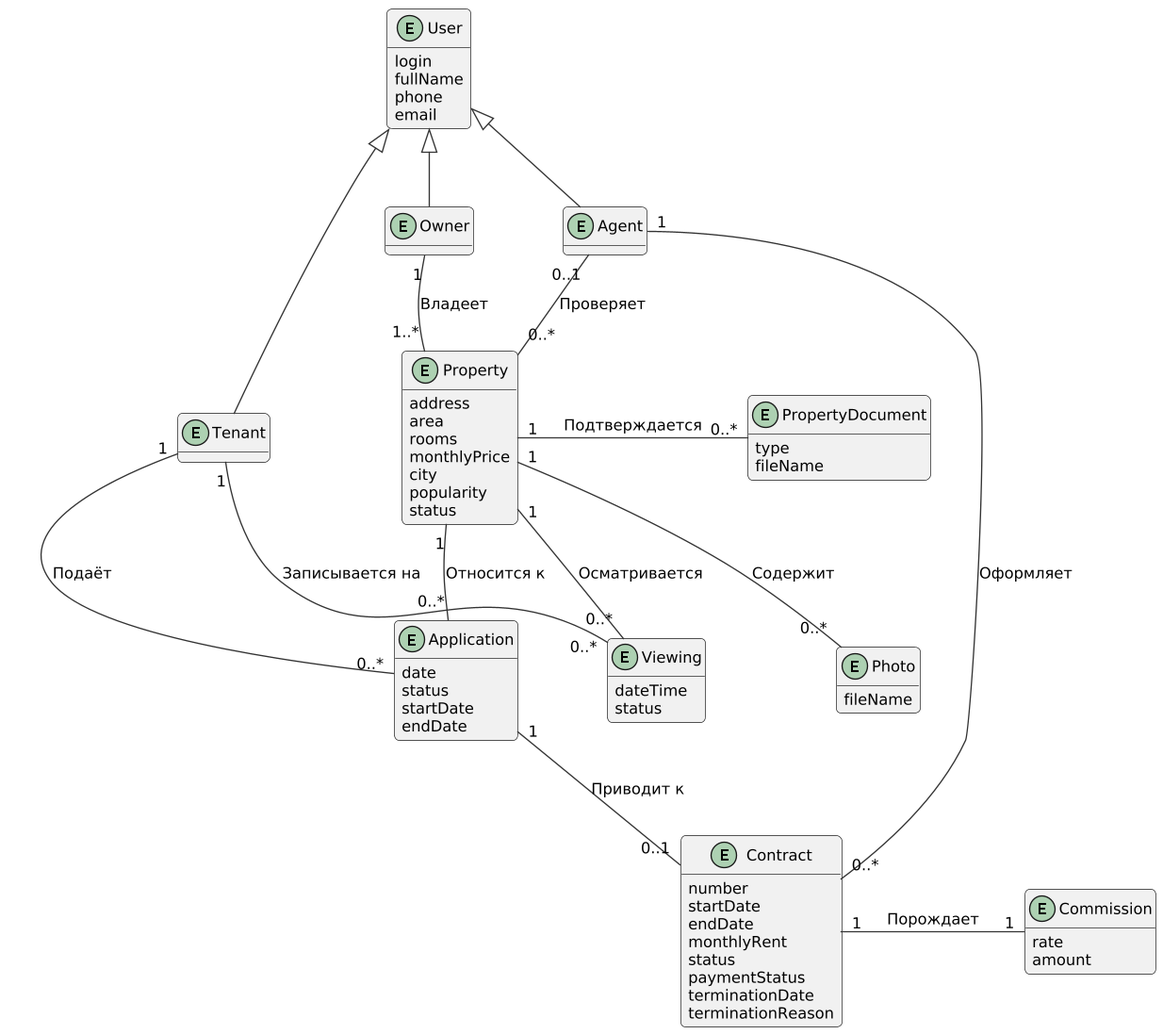
Above: image/МодельПредметОбласть.png in penamarth/bsbo-11-24_team2_var8_rentagency (PlantUML), before the change.
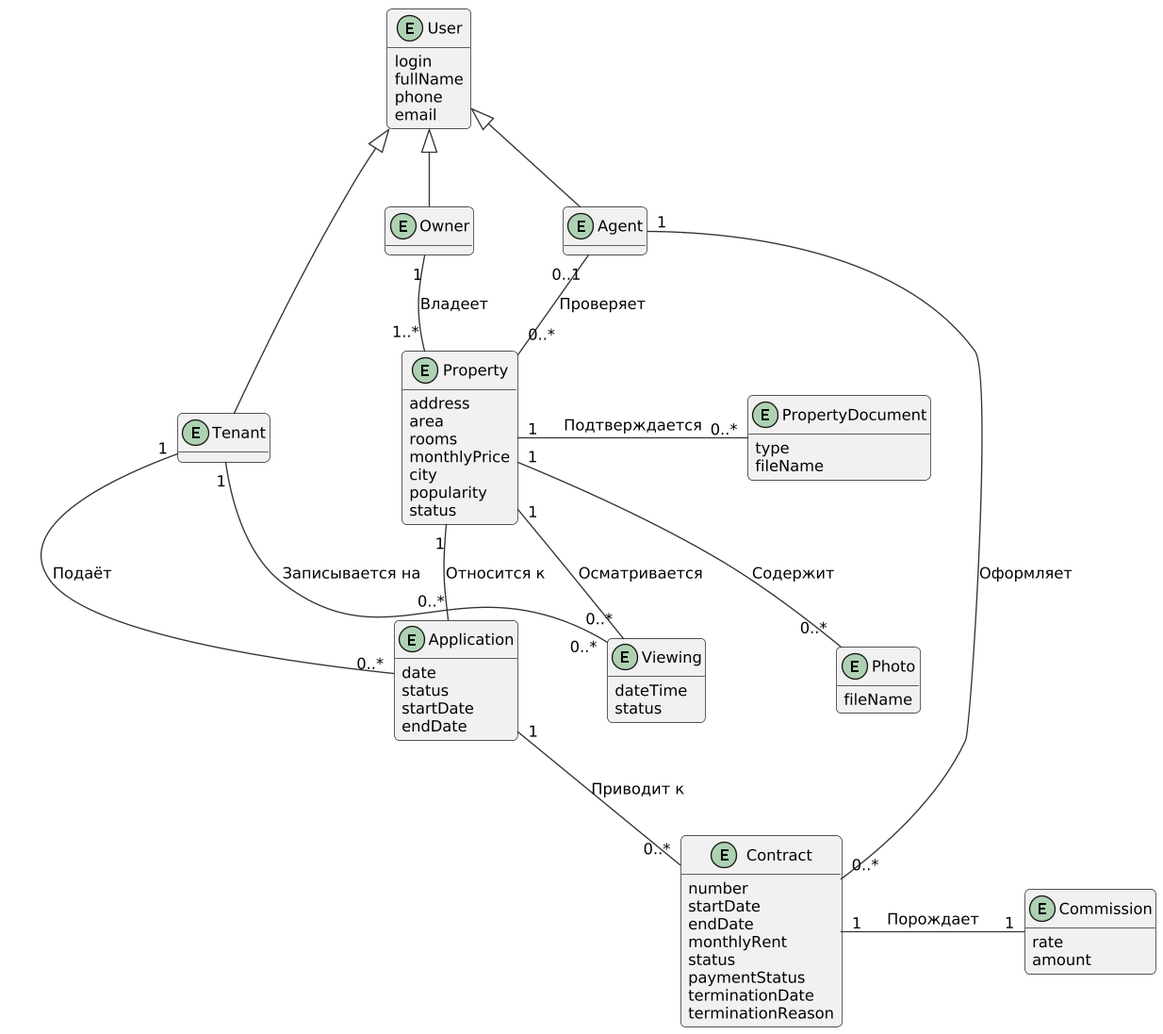
The same diagram one commit later.

Diff of the diagram source:
```diff
@@ -72,7 +72,7 @@
 Application "0..*" -up- "1" Property : Относится к
 Tenant "1" -down- "0..*" Viewing : Записывается на
 Viewing "0..*" -up- "1" Property : Осматривается
-Application "1" -down- "0..1" Contract : Приводит к
+Application "1" -down- "0..*" Contract : Приводит к
 Agent "1" -down- "0..*" Contract : Оформляет
 Contract "1" -right- "1" Commission : Порождает
 @enduml
```
